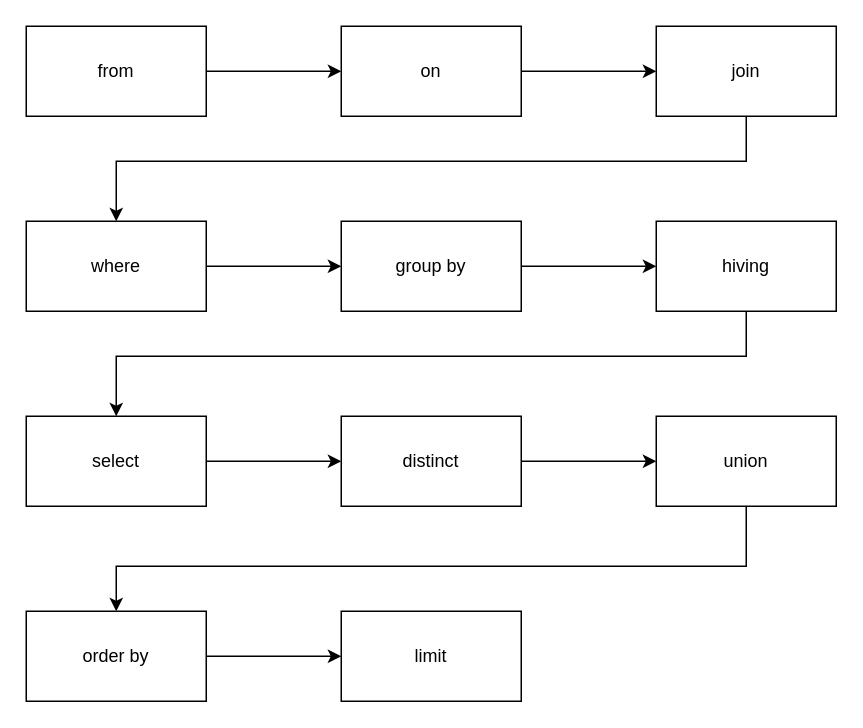
This is page "SQL 执行流程" (2 of 2) of Service/mysql/MySQL.drawio from Xianzhan/amind, a draw.io file, before an edit. Source tidied: cells renumbered, new cells numbered last; positions are measured from the earlier drawing's top-left corner, leaving out a move shared by most shapes. Both pictures are drawn from the tidied source at 150%, with x=0, y=0 at pixel (26, 26).
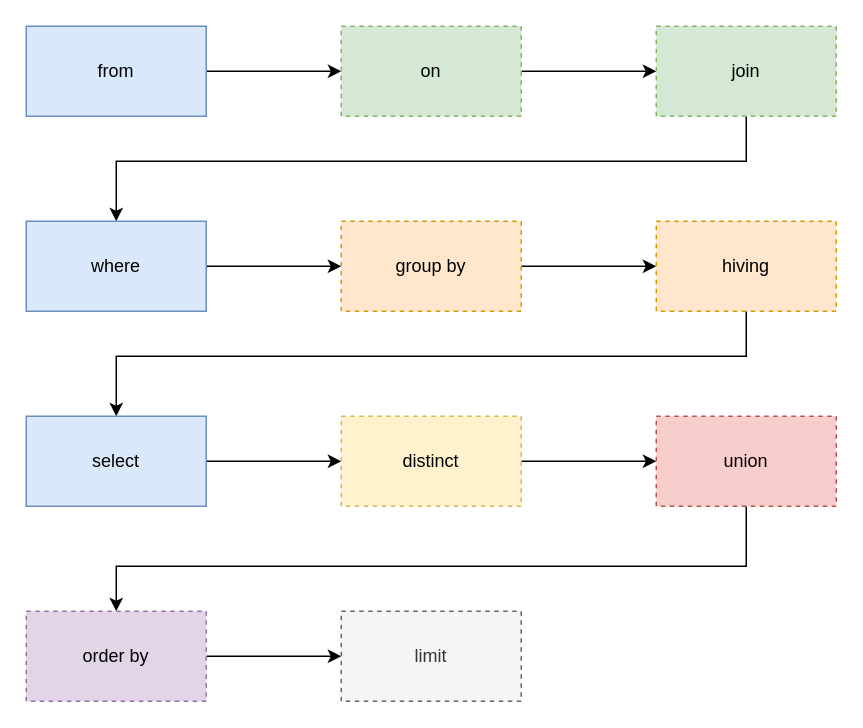
The same page after the edit.

Change to the diagram source:
```diff
@@
-    <mxCell id="3" value="from" style="whiteSpace=wrap;html=1;" parent="1" vertex="1">
+    <mxCell id="3" value="from" style="whiteSpace=wrap;html=1;fillColor=#dae8fc;strokeColor=#6c8ebf;" parent="1" vertex="1">
       <mxGeometry width="120" height="60" as="geometry" />
     </mxCell>
@@
-    <mxCell id="5" value="on" style="whiteSpace=wrap;html=1;" parent="1" vertex="1">
+    <mxCell id="5" value="on" style="whiteSpace=wrap;html=1;dashed=1;fillColor=#d5e8d4;strokeColor=#82b366;" parent="1" vertex="1">
       <mxGeometry x="210" width="120" height="60" as="geometry" />
     </mxCell>
@@
-    <mxCell id="7" value="join" style="whiteSpace=wrap;html=1;" parent="1" vertex="1">
+    <mxCell id="7" value="join" style="whiteSpace=wrap;html=1;dashed=1;fillColor=#d5e8d4;strokeColor=#82b366;" parent="1" vertex="1">
       <mxGeometry x="420" width="120" height="60" as="geometry" />
     </mxCell>
@@
-    <mxCell id="9" value="where" style="whiteSpace=wrap;html=1;" parent="1" vertex="1">
+    <mxCell id="9" value="where" style="whiteSpace=wrap;html=1;fillColor=#dae8fc;strokeColor=#6c8ebf;" parent="1" vertex="1">
       <mxGeometry y="130" width="120" height="60" as="geometry" />
     </mxCell>
@@
-    <mxCell id="11" value="group by" style="whiteSpace=wrap;html=1;" parent="1" vertex="1">
+    <mxCell id="11" value="group by" style="whiteSpace=wrap;html=1;dashed=1;fillColor=#ffe6cc;strokeColor=#d79b00;" parent="1" vertex="1">
       <mxGeometry x="210" y="130" width="120" height="60" as="geometry" />
     </mxCell>
@@
-    <mxCell id="13" value="hiving" style="whiteSpace=wrap;html=1;" parent="1" vertex="1">
+    <mxCell id="13" value="hiving" style="whiteSpace=wrap;html=1;dashed=1;fillColor=#ffe6cc;strokeColor=#d79b00;" parent="1" vertex="1">
       <mxGeometry x="420" y="130" width="120" height="60" as="geometry" />
     </mxCell>
@@
-    <mxCell id="15" value="select" style="whiteSpace=wrap;html=1;" parent="1" vertex="1">
+    <mxCell id="15" value="select" style="whiteSpace=wrap;html=1;fillColor=#dae8fc;strokeColor=#6c8ebf;" parent="1" vertex="1">
       <mxGeometry y="260" width="120" height="60" as="geometry" />
     </mxCell>
@@
-    <mxCell id="17" value="distinct" style="whiteSpace=wrap;html=1;" parent="1" vertex="1">
+    <mxCell id="17" value="distinct" style="whiteSpace=wrap;html=1;dashed=1;fillColor=#fff2cc;strokeColor=#d6b656;" parent="1" vertex="1">
       <mxGeometry x="210" y="260" width="120" height="60" as="geometry" />
     </mxCell>
@@
-    <mxCell id="19" value="union" style="whiteSpace=wrap;html=1;" parent="1" vertex="1">
+    <mxCell id="19" value="union" style="whiteSpace=wrap;html=1;dashed=1;fillColor=#f8cecc;strokeColor=#b85450;" parent="1" vertex="1">
       <mxGeometry x="420" y="260" width="120" height="60" as="geometry" />
     </mxCell>
@@
-    <mxCell id="21" value="order by" style="whiteSpace=wrap;html=1;" parent="1" vertex="1">
+    <mxCell id="21" value="order by" style="whiteSpace=wrap;html=1;dashed=1;fillColor=#e1d5e7;strokeColor=#9673a6;" parent="1" vertex="1">
       <mxGeometry y="390" width="120" height="60" as="geometry" />
     </mxCell>
-    <mxCell id="22" value="limit" style="whiteSpace=wrap;html=1;" parent="1" vertex="1">
+    <mxCell id="22" value="limit" style="whiteSpace=wrap;html=1;dashed=1;fillColor=#f5f5f5;fontColor=#333333;strokeColor=#666666;" parent="1" vertex="1">
       <mxGeometry x="210" y="390" width="120" height="60" as="geometry" />
     </mxCell>
```
